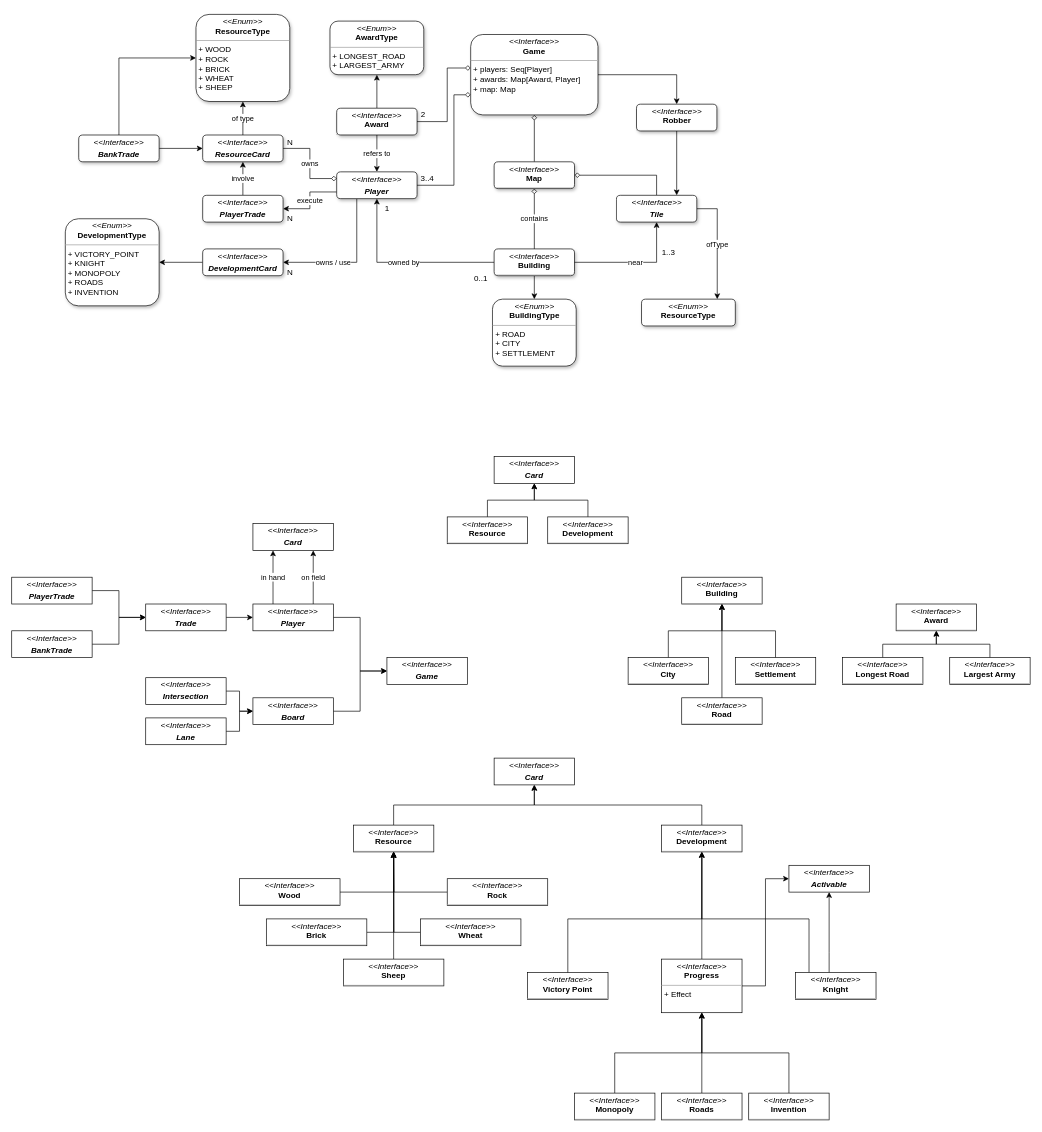
The draw.io diagram page "Dominio" (1 of 3) of scatan.drawio in zucchero-sintattico/pps-22-scatan, before the edit. Source tidied: cells renumbered, new cells numbered last; positions are measured from the earlier drawing's top-left corner, leaving out a move shared by most shapes. Both pictures are drawn from the tidied source at 67%, with x=0, y=0 at pixel (11, 14).
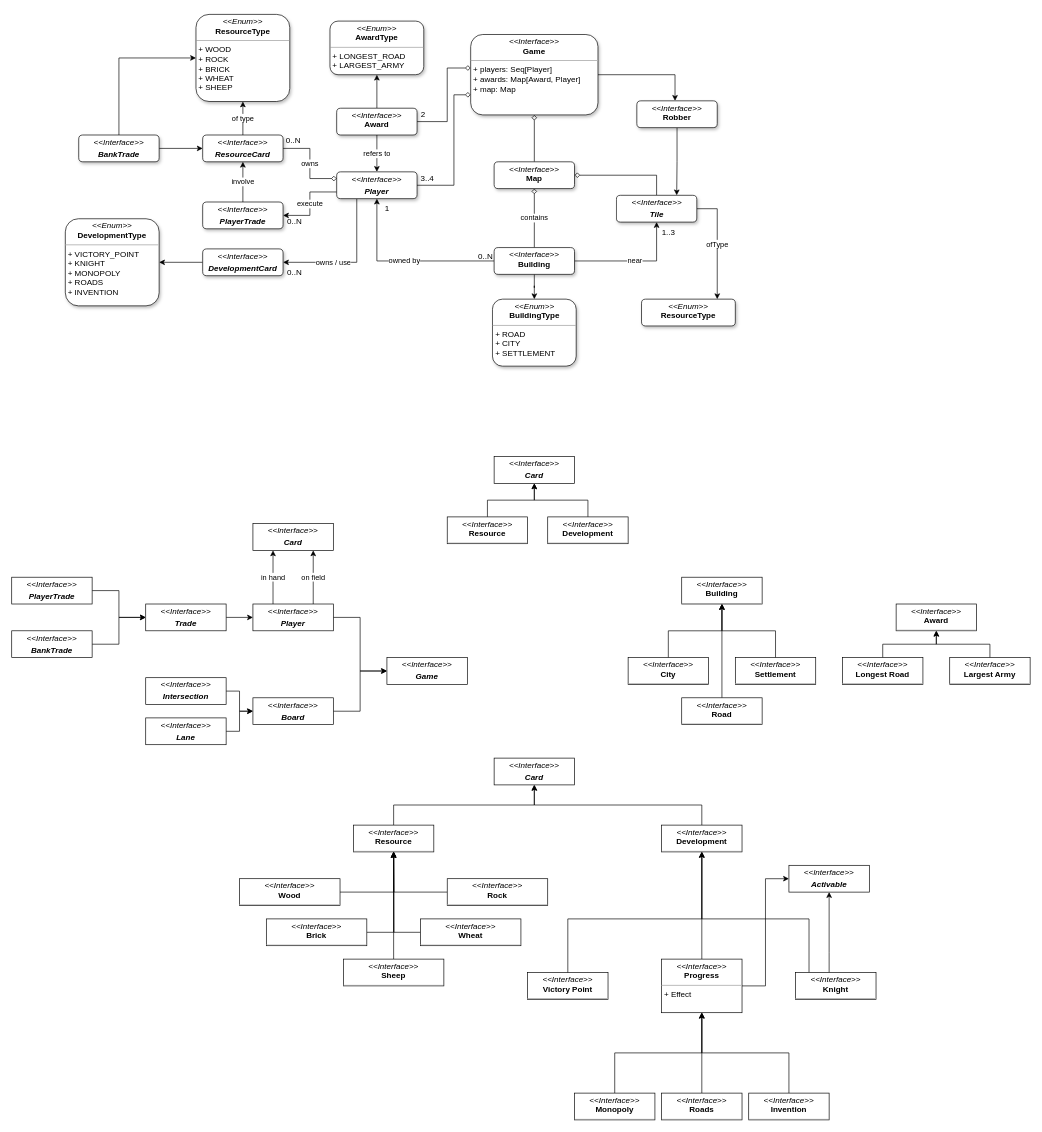
After the change.

The change refers to these unchanged cells:
```xml
<mxCell id="76" value="&lt;p style=&quot;margin:0px;margin-top:4px;text-align:center;&quot;&gt;&lt;i&gt;&amp;lt;&amp;lt;Interface&amp;gt;&amp;gt;&lt;/i&gt;&lt;br&gt;&lt;/p&gt;&lt;p style=&quot;margin:0px;margin-top:4px;text-align:center;&quot;&gt;&lt;i&gt;&lt;b&gt;Player&lt;/b&gt;&lt;/i&gt;&lt;/p&gt;&lt;p style=&quot;margin:0px;margin-left:4px;&quot;&gt;&lt;br&gt;&lt;/p&gt;" style="verticalAlign=top;align=left;overflow=fill;fontSize=12;fontFamily=Helvetica;html=1;whiteSpace=wrap;shadow=1;glass=0;rounded=1;" parent="1" vertex="1">
  <mxGeometry x="485" y="235" width="120" height="40" as="geometry" />
</mxCell>
<mxCell id="82" value="&lt;p style=&quot;margin:0px;margin-top:4px;text-align:center;&quot;&gt;&lt;i&gt;&amp;lt;&amp;lt;Interface&amp;gt;&amp;gt;&lt;/i&gt;&lt;br&gt;&lt;b&gt;Game&lt;/b&gt;&lt;/p&gt;&lt;hr size=&quot;1&quot;&gt;&lt;p style=&quot;margin:0px;margin-left:4px;&quot;&gt;+ players: Seq[Player]&lt;/p&gt;&lt;p style=&quot;margin:0px;margin-left:4px;&quot;&gt;+ awards: Map[Award, Player]&lt;/p&gt;&lt;p style=&quot;margin:0px;margin-left:4px;&quot;&gt;+ map: Map&lt;/p&gt;" style="verticalAlign=top;align=left;overflow=fill;fontSize=12;fontFamily=Helvetica;html=1;whiteSpace=wrap;shadow=1;glass=0;rounded=1;" parent="1" vertex="1">
  <mxGeometry x="685" y="30" width="190" height="120" as="geometry" />
</mxCell>
<mxCell id="103" value="&lt;p style=&quot;margin:0px;margin-top:4px;text-align:center;&quot;&gt;&lt;i&gt;&amp;lt;&amp;lt;Enum&amp;gt;&amp;gt;&lt;/i&gt;&lt;br&gt;&lt;b&gt;BuildingType&lt;/b&gt;&lt;/p&gt;&lt;hr size=&quot;1&quot;&gt;&lt;p style=&quot;margin:0px;margin-left:4px;&quot;&gt;+ ROAD&lt;/p&gt;&lt;p style=&quot;margin:0px;margin-left:4px;&quot;&gt;+ CITY&lt;/p&gt;&lt;p style=&quot;margin:0px;margin-left:4px;&quot;&gt;+ SETTLEMENT&lt;/p&gt;" style="verticalAlign=top;align=left;overflow=fill;fontSize=12;fontFamily=Helvetica;html=1;whiteSpace=wrap;shadow=1;glass=0;rounded=1;" parent="1" vertex="1">
  <mxGeometry x="717.5" y="425" width="125" height="100" as="geometry" />
</mxCell>
<mxCell id="104" value="&lt;p style=&quot;margin:0px;margin-top:4px;text-align:center;&quot;&gt;&lt;i&gt;&amp;lt;&amp;lt;Enum&amp;gt;&amp;gt;&lt;/i&gt;&lt;br&gt;&lt;b&gt;AwardType&lt;/b&gt;&lt;/p&gt;&lt;hr size=&quot;1&quot;&gt;&lt;p style=&quot;margin:0px;margin-left:4px;&quot;&gt;+ LONGEST_ROAD&lt;/p&gt;&lt;p style=&quot;margin:0px;margin-left:4px;&quot;&gt;+ LARGEST_ARMY&lt;/p&gt;" style="verticalAlign=top;align=left;overflow=fill;fontSize=12;fontFamily=Helvetica;html=1;whiteSpace=wrap;shadow=1;glass=0;rounded=1;" parent="1" vertex="1">
  <mxGeometry x="475" y="10" width="140" height="80" as="geometry" />
</mxCell>
<mxCell id="106" value="&lt;p style=&quot;margin:0px;margin-top:4px;text-align:center;&quot;&gt;&lt;i&gt;&amp;lt;&amp;lt;Interface&amp;gt;&amp;gt;&lt;/i&gt;&lt;br&gt;&lt;/p&gt;&lt;p style=&quot;margin:0px;margin-top:4px;text-align:center;&quot;&gt;&lt;i&gt;&lt;b&gt;Tile&lt;/b&gt;&lt;/i&gt;&lt;/p&gt;&lt;p style=&quot;margin:0px;margin-left:4px;&quot;&gt;&lt;br&gt;&lt;/p&gt;" style="verticalAlign=top;align=left;overflow=fill;fontSize=12;fontFamily=Helvetica;html=1;whiteSpace=wrap;shadow=1;glass=0;rounded=1;" parent="1" vertex="1">
  <mxGeometry x="902.5" y="270" width="120" height="40" as="geometry" />
</mxCell>
```

Change to the diagram source:
```diff
@@
-    <mxCell id="68" value="owned by" style="edgeStyle=orthogonalEdgeStyle;rounded=0;jettySize=auto;html=1;exitX=0;exitY=0.5;exitDx=0;exitDy=0;entryX=0.5;entryY=1;entryDx=0;entryDy=0;" parent="1" edge="1" source="70" target="76">
+    <mxCell id="68" value="owned by" style="edgeStyle=orthogonalEdgeStyle;rounded=0;jettySize=auto;html=1;entryX=0.5;entryY=1;entryDx=0;entryDy=0;" parent="1" edge="1" source="70" target="76">
       <mxGeometry relative="1" as="geometry" />
     </mxCell>
-    <mxCell id="69" style="edgeStyle=orthogonalEdgeStyle;rounded=0;jettySize=auto;html=1;exitX=0.5;exitY=1;exitDx=0;exitDy=0;entryX=0.5;entryY=0;entryDx=0;entryDy=0;" parent="1" edge="1" source="70" target="103">
+    <mxCell id="69" style="edgeStyle=orthogonalEdgeStyle;rounded=0;jettySize=auto;html=1;entryX=0.5;entryY=0;entryDx=0;entryDy=0;" parent="1" edge="1" source="70" target="103">
       <mxGeometry relative="1" as="geometry" />
     </mxCell>
-    <mxCell id="70" value="&lt;p style=&quot;margin:0px;margin-top:4px;text-align:center;&quot;&gt;&lt;i&gt;&amp;lt;&amp;lt;Interface&amp;gt;&amp;gt;&lt;/i&gt;&lt;br&gt;&lt;b&gt;Building&lt;/b&gt;&lt;/p&gt;&lt;hr size=&quot;1&quot;&gt;&lt;p style=&quot;margin:0px;margin-left:4px;&quot;&gt;&lt;br&gt;&lt;/p&gt;" style="verticalAlign=top;align=left;overflow=fill;fontSize=12;fontFamily=Helvetica;html=1;whiteSpace=wrap;shadow=1;glass=0;rounded=1;" parent="1" vertex="1">
-      <mxGeometry x="720" y="350" width="120" height="40" as="geometry" />
-    </mxCell>
-    <mxCell id="71" value="refers to" style="edgeStyle=orthogonalEdgeStyle;rounded=0;jettySize=auto;html=1;exitX=0.5;exitY=1;exitDx=0;exitDy=0;entryX=0.5;entryY=0;entryDx=0;entryDy=0;" parent="1" edge="1" source="73" target="76">
+    <mxCell id="71" value="refers to" style="edgeStyle=orthogonalEdgeStyle;rounded=0;jettySize=auto;html=1;entryX=0.5;entryY=0;entryDx=0;entryDy=0;" parent="1" edge="1" source="73" target="76">
       <mxGeometry relative="1" as="geometry" />
     </mxCell>
-    <mxCell id="72" style="edgeStyle=orthogonalEdgeStyle;rounded=0;jettySize=auto;html=1;exitX=0.5;exitY=0;exitDx=0;exitDy=0;entryX=0.5;entryY=1;entryDx=0;entryDy=0;" parent="1" edge="1" source="73" target="104">
+    <mxCell id="72" style="edgeStyle=orthogonalEdgeStyle;rounded=0;jettySize=auto;html=1;entryX=0.5;entryY=1;entryDx=0;entryDy=0;" parent="1" edge="1" source="73" target="104">
       <mxGeometry relative="1" as="geometry" />
     </mxCell>
-    <mxCell id="73" value="&lt;p style=&quot;margin:0px;margin-top:4px;text-align:center;&quot;&gt;&lt;i&gt;&amp;lt;&amp;lt;Interface&amp;gt;&amp;gt;&lt;/i&gt;&lt;br&gt;&lt;b&gt;Award&lt;/b&gt;&lt;/p&gt;&lt;hr size=&quot;1&quot;&gt;&lt;p style=&quot;margin:0px;margin-left:4px;&quot;&gt;&lt;br&gt;&lt;/p&gt;" style="verticalAlign=top;align=left;overflow=fill;fontSize=12;fontFamily=Helvetica;html=1;whiteSpace=wrap;shadow=1;glass=0;rounded=1;" parent="1" vertex="1">
-      <mxGeometry x="485" y="140" width="120" height="40" as="geometry" />
-    </mxCell>
@@
-    <mxCell id="81" style="edgeStyle=orthogonalEdgeStyle;rounded=0;jettySize=auto;html=1;exitX=1;exitY=0.5;exitDx=0;exitDy=0;entryX=0.5;entryY=0;entryDx=0;entryDy=0;" parent="1" edge="1" source="82" target="110">
-      <mxGeometry relative="1" as="geometry" />
+    <mxCell id="81" style="edgeStyle=orthogonalEdgeStyle;rounded=0;jettySize=auto;html=1;exitX=1;exitY=0.5;exitDx=0;exitDy=0;" parent="1" edge="1" source="82" target="110">
+      <mxGeometry relative="1" as="geometry">
+        <Array as="points">
+          <mxPoint x="990" y="90" />
+        </Array>
+      </mxGeometry>
     </mxCell>
@@
-    <mxCell id="83" value="contains" style="edgeStyle=orthogonalEdgeStyle;rounded=0;jettySize=auto;html=1;exitX=0.5;exitY=1;exitDx=0;exitDy=0;entryX=0.5;entryY=0;entryDx=0;entryDy=0;endArrow=none;endFill=0;startArrow=diamond;startFill=0;" parent="1" edge="1" source="86" target="70">
-      <mxGeometry relative="1" as="geometry" />
+    <mxCell id="83" value="contains" style="edgeStyle=orthogonalEdgeStyle;rounded=0;jettySize=auto;html=1;endArrow=none;endFill=0;startArrow=diamond;startFill=0;" parent="1" edge="1" source="86" target="70">
+      <mxGeometry x="-0.01" relative="1" as="geometry" />
     </mxCell>
-    <mxCell id="84" style="edgeStyle=orthogonalEdgeStyle;rounded=0;jettySize=auto;html=1;exitX=0.5;exitY=0;exitDx=0;exitDy=0;entryX=0.5;entryY=1;entryDx=0;entryDy=0;endArrow=diamond;endFill=0;" parent="1" edge="1" source="86" target="82">
+    <mxCell id="84" style="edgeStyle=orthogonalEdgeStyle;rounded=0;jettySize=auto;html=1;entryX=0.5;entryY=1;entryDx=0;entryDy=0;endArrow=diamond;endFill=0;" parent="1" edge="1" source="86" target="82">
       <mxGeometry relative="1" as="geometry" />
     </mxCell>
-    <mxCell id="85" style="edgeStyle=orthogonalEdgeStyle;rounded=0;jettySize=auto;html=1;exitX=1;exitY=0.5;exitDx=0;exitDy=0;entryX=0.5;entryY=0;entryDx=0;entryDy=0;endArrow=none;endFill=0;startArrow=diamond;startFill=0;" parent="1" edge="1" source="86" target="106">
+    <mxCell id="85" style="edgeStyle=orthogonalEdgeStyle;rounded=0;jettySize=auto;html=1;entryX=0.5;entryY=0;entryDx=0;entryDy=0;endArrow=none;endFill=0;startArrow=diamond;startFill=0;" parent="1" edge="1" source="86" target="106">
       <mxGeometry relative="1" as="geometry" />
     </mxCell>
-    <mxCell id="86" value="&lt;p style=&quot;margin:0px;margin-top:4px;text-align:center;&quot;&gt;&lt;i&gt;&amp;lt;&amp;lt;Interface&amp;gt;&amp;gt;&lt;/i&gt;&lt;br&gt;&lt;b&gt;Map&lt;/b&gt;&lt;/p&gt;&lt;hr size=&quot;1&quot;&gt;&lt;p style=&quot;margin:0px;margin-left:4px;&quot;&gt;&lt;br&gt;&lt;/p&gt;" style="verticalAlign=top;align=left;overflow=fill;fontSize=12;fontFamily=Helvetica;html=1;whiteSpace=wrap;shadow=1;glass=0;rounded=1;" parent="1" vertex="1">
-      <mxGeometry x="720" y="220" width="120" height="40" as="geometry" />
-    </mxCell>
@@
-    <mxCell id="90" value="N" style="text;html=1;align=center;verticalAlign=middle;strokeColor=none;fillColor=none;" parent="1" vertex="1">
-      <mxGeometry x="400" y="176" width="30" height="30" as="geometry" />
-    </mxCell>
@@
     <mxCell id="92" value="&lt;p style=&quot;margin:0px;margin-top:4px;text-align:center;&quot;&gt;&lt;i&gt;&amp;lt;&amp;lt;Interface&amp;gt;&amp;gt;&lt;/i&gt;&lt;br&gt;&lt;/p&gt;&lt;p style=&quot;margin:0px;margin-top:4px;text-align:center;&quot;&gt;&lt;i&gt;&lt;b&gt;PlayerTrade&lt;/b&gt;&lt;/i&gt;&lt;/p&gt;&lt;p style=&quot;margin:0px;margin-left:4px;&quot;&gt;&lt;br&gt;&lt;/p&gt;" style="verticalAlign=top;align=left;overflow=fill;fontSize=12;fontFamily=Helvetica;html=1;whiteSpace=wrap;shadow=1;glass=0;rounded=1;" parent="1" vertex="1">
-      <mxGeometry x="285" y="270" width="120" height="40" as="geometry" />
+      <mxGeometry x="285" y="280" width="120" height="40" as="geometry" />
     </mxCell>
-    <mxCell id="93" value="N" style="text;html=1;align=center;verticalAlign=middle;strokeColor=none;fillColor=none;" parent="1" vertex="1">
-      <mxGeometry x="400" y="290" width="30" height="30" as="geometry" />
-    </mxCell>
@@
-    <mxCell id="101" value="0..1" style="text;html=1;align=center;verticalAlign=middle;strokeColor=none;fillColor=none;" parent="1" vertex="1">
-      <mxGeometry x="680" y="380" width="40" height="30" as="geometry" />
+    <mxCell id="101" value="0..N" style="text;html=1;align=center;verticalAlign=middle;strokeColor=none;fillColor=none;" parent="1" vertex="1">
+      <mxGeometry x="682" y="346" width="50" height="30" as="geometry" />
     </mxCell>
-    <mxCell id="102" value="near" style="edgeStyle=orthogonalEdgeStyle;rounded=0;jettySize=auto;html=1;exitX=1;exitY=0.5;exitDx=0;exitDy=0;entryX=0.5;entryY=1;entryDx=0;entryDy=0;" parent="1" edge="1" source="70" target="106">
+    <mxCell id="102" value="near" style="edgeStyle=orthogonalEdgeStyle;rounded=0;jettySize=auto;html=1;entryX=0.5;entryY=1;entryDx=0;entryDy=0;" parent="1" edge="1" source="70" target="106">
       <mxGeometry relative="1" as="geometry" />
     </mxCell>
@@
     <mxCell id="107" value="1..3" style="text;html=1;align=center;verticalAlign=middle;strokeColor=none;fillColor=none;" parent="1" vertex="1">
-      <mxGeometry x="960" y="340" width="40" height="30" as="geometry" />
+      <mxGeometry x="960" y="310" width="40" height="30" as="geometry" />
     </mxCell>
@@
-    <mxCell id="109" style="edgeStyle=orthogonalEdgeStyle;rounded=0;jettySize=auto;html=1;exitX=0.5;exitY=1;exitDx=0;exitDy=0;entryX=0.75;entryY=0;entryDx=0;entryDy=0;" parent="1" edge="1" source="110" target="106">
+    <mxCell id="109" style="edgeStyle=orthogonalEdgeStyle;rounded=0;jettySize=auto;html=1;entryX=0.75;entryY=0;entryDx=0;entryDy=0;" parent="1" edge="1" source="110" target="106">
       <mxGeometry relative="1" as="geometry" />
     </mxCell>
+    <mxCell id="112" value="0..N" style="text;html=1;align=center;verticalAlign=middle;strokeColor=none;fillColor=none;" parent="1" vertex="1">
+      <mxGeometry x="397" y="371" width="50" height="30" as="geometry" />
+    </mxCell>
+    <mxCell id="113" value="0..N" style="text;html=1;align=center;verticalAlign=middle;strokeColor=none;fillColor=none;" parent="1" vertex="1">
+      <mxGeometry x="397" y="294" width="50" height="30" as="geometry" />
+    </mxCell>
+    <mxCell id="114" value="0..N" style="text;html=1;align=center;verticalAlign=middle;strokeColor=none;fillColor=none;" parent="1" vertex="1">
+      <mxGeometry x="395" y="174" width="50" height="30" as="geometry" />
+    </mxCell>
+    <mxCell id="86" value="&lt;p style=&quot;margin:0px;margin-top:4px;text-align:center;&quot;&gt;&lt;i style=&quot;border-color: var(--border-color);&quot;&gt;&amp;lt;&amp;lt;Interface&amp;gt;&amp;gt;&lt;/i&gt;&lt;br style=&quot;border-color: var(--border-color);&quot;&gt;&lt;b style=&quot;border-color: var(--border-color);&quot;&gt;Map&lt;/b&gt;&lt;br&gt;&lt;/p&gt;&lt;p style=&quot;margin:0px;margin-left:4px;&quot;&gt;&lt;br&gt;&lt;/p&gt;" style="verticalAlign=top;align=left;overflow=fill;fontSize=12;fontFamily=Helvetica;html=1;whiteSpace=wrap;shadow=1;glass=0;rounded=1;" parent="1" vertex="1">
+      <mxGeometry x="720" y="220" width="120" height="40" as="geometry" />
+    </mxCell>
+    <mxCell id="73" value="&lt;p style=&quot;margin:0px;margin-top:4px;text-align:center;&quot;&gt;&lt;i style=&quot;border-color: var(--border-color);&quot;&gt;&amp;lt;&amp;lt;Interface&amp;gt;&amp;gt;&lt;/i&gt;&lt;br style=&quot;border-color: var(--border-color);&quot;&gt;&lt;b style=&quot;border-color: var(--border-color);&quot;&gt;Award&lt;/b&gt;&lt;br&gt;&lt;/p&gt;&lt;p style=&quot;margin:0px;margin-left:4px;&quot;&gt;&lt;br&gt;&lt;/p&gt;" style="verticalAlign=top;align=left;overflow=fill;fontSize=12;fontFamily=Helvetica;html=1;whiteSpace=wrap;shadow=1;glass=0;rounded=1;" parent="1" vertex="1">
+      <mxGeometry x="485" y="140" width="120" height="40" as="geometry" />
+    </mxCell>
-    <mxCell id="110" value="&lt;p style=&quot;margin:0px;margin-top:4px;text-align:center;&quot;&gt;&lt;i&gt;&amp;lt;&amp;lt;Interface&amp;gt;&amp;gt;&lt;/i&gt;&lt;br&gt;&lt;b&gt;Robber&lt;/b&gt;&lt;/p&gt;&lt;hr size=&quot;1&quot;&gt;&lt;p style=&quot;margin:0px;margin-left:4px;&quot;&gt;&lt;br&gt;&lt;/p&gt;" style="verticalAlign=top;align=left;overflow=fill;fontSize=12;fontFamily=Helvetica;html=1;whiteSpace=wrap;shadow=1;glass=0;rounded=1;" parent="1" vertex="1">
-      <mxGeometry x="932.5" y="134" width="120" height="40" as="geometry" />
+    <mxCell id="110" value="&lt;p style=&quot;margin:0px;margin-top:4px;text-align:center;&quot;&gt;&lt;i style=&quot;border-color: var(--border-color);&quot;&gt;&amp;lt;&amp;lt;Interface&amp;gt;&amp;gt;&lt;/i&gt;&lt;br style=&quot;border-color: var(--border-color);&quot;&gt;&lt;b style=&quot;border-color: var(--border-color);&quot;&gt;Robber&lt;/b&gt;&lt;br&gt;&lt;/p&gt;&lt;p style=&quot;margin:0px;margin-left:4px;&quot;&gt;&lt;br&gt;&lt;/p&gt;" style="verticalAlign=top;align=left;overflow=fill;fontSize=12;fontFamily=Helvetica;html=1;whiteSpace=wrap;shadow=1;glass=0;rounded=1;" parent="1" vertex="1">
+      <mxGeometry x="933" y="129" width="120" height="40" as="geometry" />
     </mxCell>
-    <mxCell id="111" value="N" style="text;html=1;align=center;verticalAlign=middle;strokeColor=none;fillColor=none;" parent="1" vertex="1">
-      <mxGeometry x="400" y="370" width="30" height="30" as="geometry" />
-    </mxCell>
+    <mxCell id="70" value="&lt;p style=&quot;margin:0px;margin-top:4px;text-align:center;&quot;&gt;&lt;i style=&quot;border-color: var(--border-color);&quot;&gt;&amp;lt;&amp;lt;Interface&amp;gt;&amp;gt;&lt;/i&gt;&lt;br style=&quot;border-color: var(--border-color);&quot;&gt;&lt;b style=&quot;border-color: var(--border-color);&quot;&gt;Building&lt;/b&gt;&lt;br&gt;&lt;/p&gt;&lt;p style=&quot;margin:0px;margin-left:4px;&quot;&gt;&lt;br&gt;&lt;/p&gt;" style="verticalAlign=top;align=left;overflow=fill;fontSize=12;fontFamily=Helvetica;html=1;whiteSpace=wrap;shadow=1;glass=0;rounded=1;" parent="1" vertex="1">
+      <mxGeometry x="720" y="348" width="120" height="40" as="geometry" />
+    </mxCell>
```
